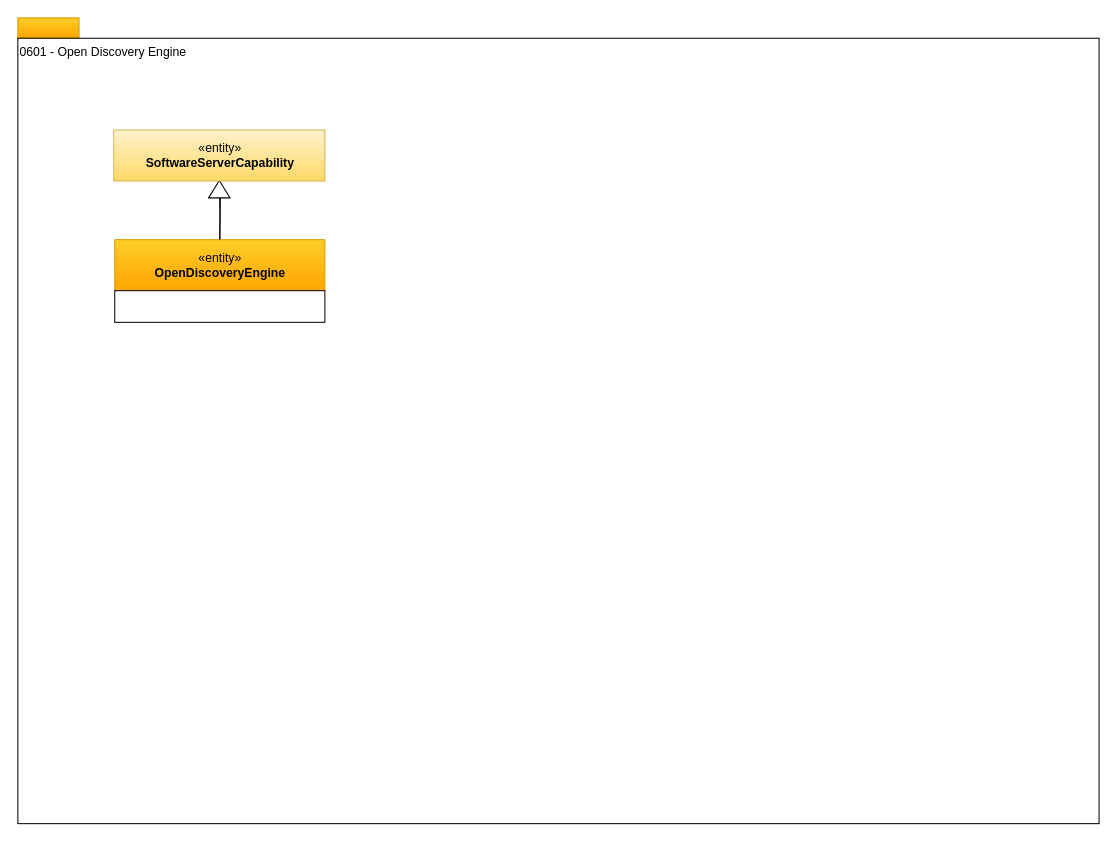
Above: page "0601-Open-Discovery-Engine" (2 of 16) of open-metadata-publication/website/open-metadata-types/area-6-discovery.drawio in odpi/egeria (draw.io), before the change. Source tidied: cells renumbered, new cells numbered last; positions are measured from the earlier drawing's top-left corner, leaving out a move shared by most shapes. Both pictures are drawn from the tidied source at 102%, with x=0, y=0 at pixel (17, 17).
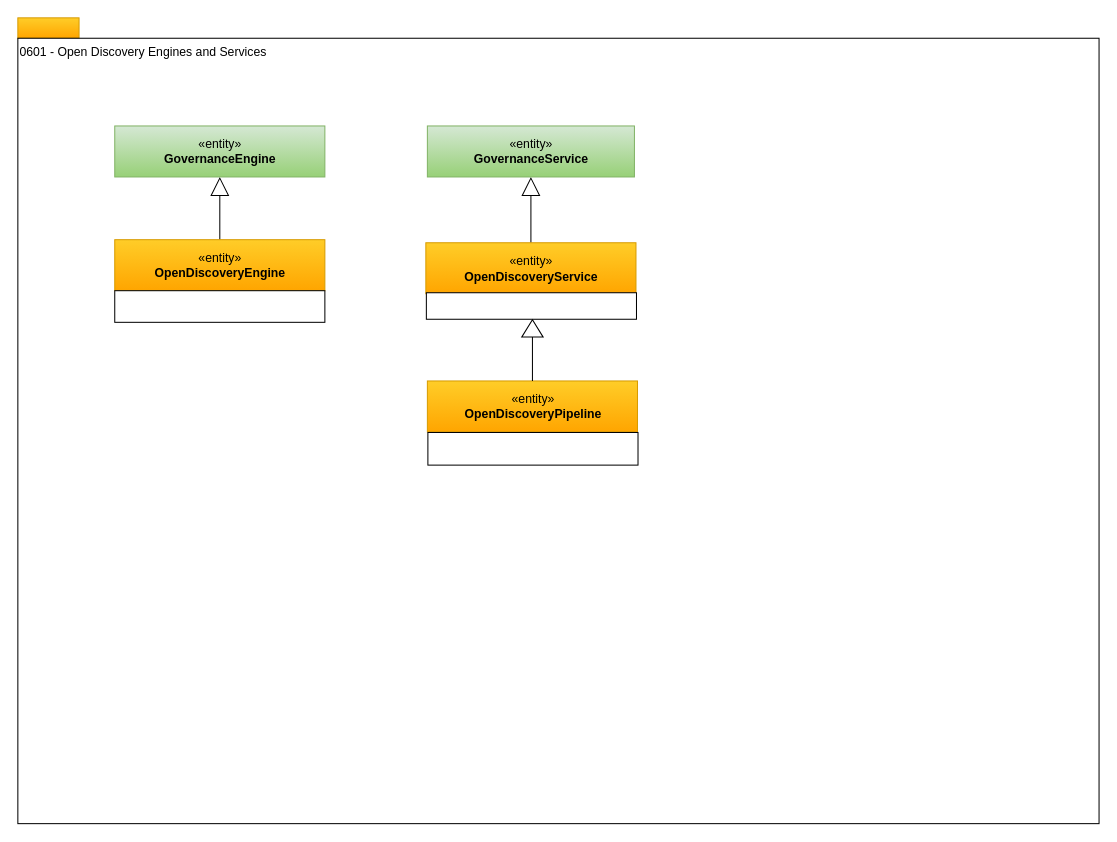
After the change.

What changed in the source:
```diff
@@
 <mxGraphModel>
   <root>
     <mxCell id="0" />
     <mxCell id="1" parent="0" />
     <mxCell id="2" style="rounded=0;whiteSpace=wrap;html=1;align=left;fillColor=#ffcd28;strokeColor=#d79b00;gradientColor=#ffa500;" parent="1" vertex="1">
       <mxGeometry width="60" height="20" as="geometry" />
     </mxCell>
-    <mxCell id="3" value="0601 - Open Discovery Engine" style="rounded=0;whiteSpace=wrap;html=1;align=left;verticalAlign=top;" parent="1" vertex="1">
+    <mxCell id="3" value="0601 - Open Discovery Engines and Services" style="rounded=0;whiteSpace=wrap;html=1;align=left;verticalAlign=top;" parent="1" vertex="1">
       <mxGeometry y="20" width="1060" height="770" as="geometry" />
     </mxCell>
-    <mxCell id="4" style="edgeStyle=orthogonalEdgeStyle;rounded=0;html=1;endArrow=none;endFill=0;jettySize=auto;" parent="1" edge="1" target="5">
-      <mxGeometry relative="1" as="geometry">
-        <mxPoint x="198" y="146.5" as="sourcePoint" />
-      </mxGeometry>
-    </mxCell>
+    <mxCell id="10" style="edgeStyle=orthogonalEdgeStyle;rounded=0;jettySize=auto;html=1;exitX=0.5;exitY=0;exitDx=0;exitDy=0;entryX=0.5;entryY=1;entryDx=0;entryDy=0;endArrow=block;endFill=0;endSize=16;" parent="1" edge="1" source="5" target="11">
+      <mxGeometry relative="1" as="geometry" />
+    </mxCell>
     <mxCell id="5" value="«entity»&lt;br&gt;&lt;b&gt;OpenDiscoveryEngine&lt;/b&gt;" style="html=1;strokeColor=#d79b00;align=center;fillColor=#ffcd28;gradientColor=#ffa500;" parent="1" vertex="1">
       <mxGeometry x="95" y="217.5" width="206" height="50" as="geometry" />
     </mxCell>
     <mxCell id="6" style="rounded=0;whiteSpace=wrap;html=1;strokeColor=#000000;gradientColor=#ffffff;align=center;" parent="1" vertex="1">
       <mxGeometry x="95" y="267.5" width="206" height="31" as="geometry" />
     </mxCell>
-    <mxCell id="7" style="edgeStyle=orthogonalEdgeStyle;rounded=0;html=1;endArrow=none;endFill=0;jettySize=auto;" parent="1" edge="1" target="5">
-      <mxGeometry relative="1" as="geometry">
-        <mxPoint x="197.6" y="163.5" as="sourcePoint" />
-      </mxGeometry>
-    </mxCell>
-    <mxCell id="8" style="triangle;whiteSpace=wrap;html=1;strokeColor=#000000;gradientColor=#ffffff;align=center;rotation=-90;" parent="1" vertex="1">
-      <mxGeometry x="189" y="157.5" width="17" height="21" as="geometry" />
-    </mxCell>
-    <mxCell id="9" value="«entity»&lt;br&gt;&lt;b&gt;SoftwareServerCapability&lt;/b&gt;" style="html=1;strokeColor=#d6b656;align=center;fillColor=#fff2cc;gradientColor=#ffd966;" parent="1" vertex="1">
-      <mxGeometry x="94" y="110" width="207" height="50" as="geometry" />
-    </mxCell>
+    <mxCell id="11" value="«entity»&lt;br&gt;&lt;b&gt;GovernanceEngine&lt;/b&gt;" style="html=1;strokeColor=#82b366;align=center;fillColor=#d5e8d4;gradientColor=#97d077;" parent="1" vertex="1">
+      <mxGeometry x="95" y="106" width="206" height="50" as="geometry" />
+    </mxCell>
+    <mxCell id="12" style="edgeStyle=orthogonalEdgeStyle;rounded=0;jettySize=auto;html=1;exitX=0.5;exitY=0;exitDx=0;exitDy=0;endArrow=block;endFill=0;endSize=16;" parent="1" edge="1" source="13" target="15">
+      <mxGeometry relative="1" as="geometry" />
+    </mxCell>
+    <mxCell id="13" value="«entity»&lt;br&gt;&lt;b&gt;OpenDiscoveryService&lt;/b&gt;" style="html=1;strokeColor=#d79b00;align=center;fillColor=#ffcd28;gradientColor=#ffa500;" parent="1" vertex="1">
+      <mxGeometry x="400" y="220.5" width="206" height="50" as="geometry" />
+    </mxCell>
+    <mxCell id="14" style="rounded=0;whiteSpace=wrap;html=1;strokeColor=#000000;gradientColor=#ffffff;align=left;" parent="1" vertex="1">
+      <mxGeometry x="400.5" y="269.5" width="206" height="26" as="geometry" />
+    </mxCell>
+    <mxCell id="15" value="«entity»&lt;br&gt;&lt;b&gt;GovernanceService&lt;/b&gt;" style="html=1;strokeColor=#82b366;align=center;fillColor=#d5e8d4;gradientColor=#97d077;" parent="1" vertex="1">
+      <mxGeometry x="401.5" y="106" width="203" height="50" as="geometry" />
+    </mxCell>
+    <mxCell id="16" value="«entity»&lt;br&gt;&lt;b&gt;OpenDiscoveryPipeline&lt;/b&gt;" style="html=1;strokeColor=#d79b00;align=center;fillColor=#ffcd28;gradientColor=#ffa500;" parent="1" vertex="1">
+      <mxGeometry x="401.5" y="356" width="206" height="50" as="geometry" />
+    </mxCell>
+    <mxCell id="17" style="rounded=0;whiteSpace=wrap;html=1;strokeColor=#000000;gradientColor=#ffffff;align=left;" parent="1" vertex="1">
+      <mxGeometry x="402" y="406.5" width="206" height="32" as="geometry" />
+    </mxCell>
+    <mxCell id="18" style="edgeStyle=orthogonalEdgeStyle;rounded=0;html=1;exitX=0;exitY=0.5;endArrow=none;endFill=0;jettySize=auto;entryX=0.5;entryY=0;" parent="1" edge="1" source="19" target="16">
+      <mxGeometry relative="1" as="geometry" />
+    </mxCell>
+    <mxCell id="19" style="triangle;whiteSpace=wrap;html=1;strokeColor=#000000;gradientColor=#ffffff;align=center;rotation=-90;" parent="1" vertex="1">
+      <mxGeometry x="496" y="294" width="17" height="21" as="geometry" />
+    </mxCell>
   </root>
 </mxGraphModel>
```
